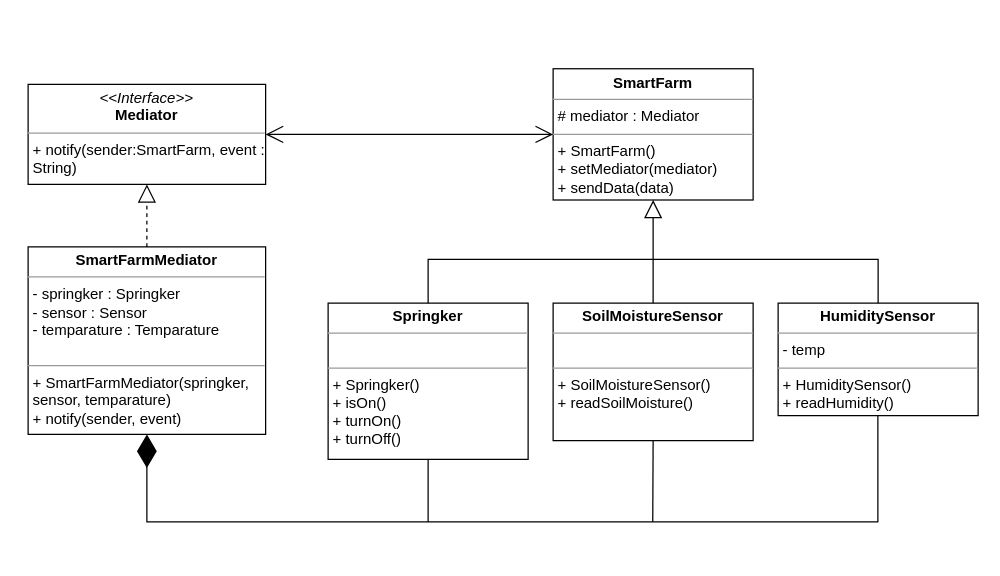
pang1217/Pattern-and-Software-Design keeps this draw.io diagram as page "หน้า-2" (2 of 3) of Project/behavioral/Mediator/Mediator.drawio. Above is the earlier version. Source tidied: cells renumbered, new cells numbered last; positions are measured from the earlier drawing's top-left corner, leaving out a move shared by most shapes. Both pictures are drawn from the tidied source at 125%, with x=0, y=0 at pixel (28, 69).
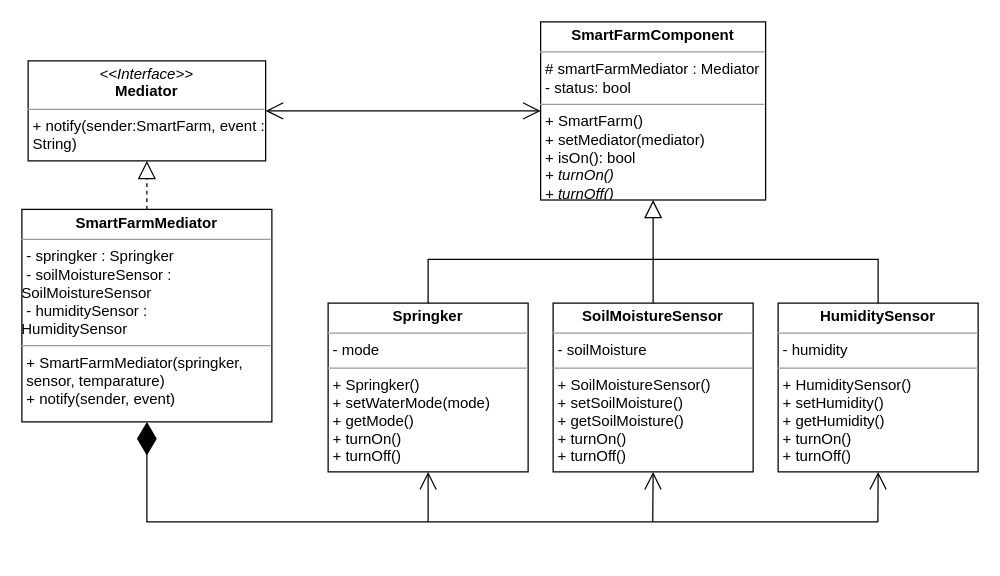
Above is the later version.

What changed in the source:
```diff
@@
     <mxCell id="2" value="&lt;p style=&quot;margin:0px;margin-top:4px;text-align:center;&quot;&gt;&lt;i&gt;&amp;lt;&amp;lt;Interface&amp;gt;&amp;gt;&lt;/i&gt;&lt;br&gt;&lt;b&gt;Mediator&lt;br&gt;&lt;/b&gt;&lt;/p&gt;&lt;hr size=&quot;1&quot;&gt;&lt;p style=&quot;margin:0px;margin-left:4px;&quot;&gt;+ notify(sender:SmartFarm, event : String)&lt;/p&gt;" style="verticalAlign=top;align=left;overflow=fill;fontSize=12;fontFamily=Helvetica;html=1;whiteSpace=wrap;" parent="1" vertex="1">
-      <mxGeometry y="12" width="190" height="80" as="geometry" />
+      <mxGeometry y="-6.8" width="190" height="80" as="geometry" />
     </mxCell>
-    <mxCell id="3" value="&lt;p style=&quot;margin:0px;margin-top:4px;text-align:center;&quot;&gt;&lt;b&gt;SmartFarm&lt;/b&gt;&lt;/p&gt;&lt;hr size=&quot;1&quot;&gt;&lt;p style=&quot;margin:0px;margin-left:4px;&quot;&gt;# mediator : Mediator&lt;/p&gt;&lt;hr size=&quot;1&quot;&gt;&lt;p style=&quot;margin:0px;margin-left:4px;&quot;&gt;+ SmartFarm()&lt;/p&gt;&lt;p style=&quot;margin:0px;margin-left:4px;&quot;&gt;+ setMediator(mediator)&lt;/p&gt;&lt;p style=&quot;margin:0px;margin-left:4px;&quot;&gt;+ sendData(data)&lt;/p&gt;" style="verticalAlign=top;align=left;overflow=fill;fontSize=12;fontFamily=Helvetica;html=1;whiteSpace=wrap;" parent="1" vertex="1">
-      <mxGeometry x="420" y="-0.5" width="160" height="105" as="geometry" />
+    <mxCell id="3" value="&lt;p style=&quot;margin:0px;margin-top:4px;text-align:center;&quot;&gt;&lt;b&gt;SmartFarmComponent&lt;/b&gt;&lt;/p&gt;&lt;hr size=&quot;1&quot;&gt;&lt;p style=&quot;margin:0px;margin-left:4px;&quot;&gt;# smartFarmMediator : Mediator&lt;/p&gt;&lt;p style=&quot;margin:0px;margin-left:4px;&quot;&gt;- status: bool&lt;br&gt;&lt;/p&gt;&lt;hr size=&quot;1&quot;&gt;&lt;p style=&quot;margin:0px;margin-left:4px;&quot;&gt;+ SmartFarm()&lt;/p&gt;&lt;p style=&quot;margin:0px;margin-left:4px;&quot;&gt;+ setMediator(mediator)&lt;/p&gt;&lt;p style=&quot;margin:0px;margin-left:4px;&quot;&gt;+ isOn(): bool&lt;br style=&quot;border-color: var(--border-color);&quot;&gt;&lt;i style=&quot;border-color: var(--border-color);&quot;&gt;+ turnOn()&lt;br style=&quot;border-color: var(--border-color);&quot;&gt;+ turnOff()&lt;/i&gt;&lt;br&gt;&lt;/p&gt;&lt;p style=&quot;margin:0px;margin-left:4px;&quot;&gt;&lt;br&gt;&lt;/p&gt;" style="verticalAlign=top;align=left;overflow=fill;fontSize=12;fontFamily=Helvetica;html=1;whiteSpace=wrap;" parent="1" vertex="1">
+      <mxGeometry x="410" y="-38" width="180" height="142.5" as="geometry" />
     </mxCell>
-    <mxCell id="4" value="&lt;p style=&quot;margin:0px;margin-top:4px;text-align:center;&quot;&gt;&lt;b&gt;SmartFarmMediator&lt;/b&gt;&lt;/p&gt;&lt;hr size=&quot;1&quot;&gt;&lt;p style=&quot;margin:0px;margin-left:4px;&quot;&gt;- springker : Springker&lt;/p&gt;&lt;p style=&quot;margin:0px;margin-left:4px;&quot;&gt;- sensor : Sensor&lt;/p&gt;&lt;p style=&quot;margin:0px;margin-left:4px;&quot;&gt;- temparature : Temparature&lt;/p&gt;&lt;p style=&quot;margin:0px;margin-left:4px;&quot;&gt;&lt;br&gt;&lt;/p&gt;&lt;hr size=&quot;1&quot;&gt;&lt;p style=&quot;margin:0px;margin-left:4px;&quot;&gt;+ SmartFarmMediator(springker, sensor, temparature)&lt;/p&gt;&lt;p style=&quot;margin:0px;margin-left:4px;&quot;&gt;+ notify(sender, event)&lt;/p&gt;" style="verticalAlign=top;align=left;overflow=fill;fontSize=12;fontFamily=Helvetica;html=1;whiteSpace=wrap;" parent="1" vertex="1">
-      <mxGeometry y="142" width="190" height="150" as="geometry" />
+    <mxCell id="4" value="&lt;p style=&quot;margin:0px;margin-top:4px;text-align:center;&quot;&gt;&lt;b&gt;SmartFarmMediator&lt;/b&gt;&lt;/p&gt;&lt;hr size=&quot;1&quot;&gt;&lt;p style=&quot;margin:0px;margin-left:4px;&quot;&gt;- springker : Springker&lt;/p&gt;&lt;p style=&quot;margin:0px;margin-left:4px;&quot;&gt;- soilMoistureSensor&amp;nbsp;:&amp;nbsp;&lt;/p&gt;SoilMoistureSensor&lt;p style=&quot;margin:0px;margin-left:4px;&quot;&gt;- humiditySensor&amp;nbsp;:&amp;nbsp;&lt;/p&gt;HumiditySensor&lt;br&gt;&lt;hr size=&quot;1&quot;&gt;&lt;p style=&quot;margin:0px;margin-left:4px;&quot;&gt;+ SmartFarmMediator(springker, sensor, temparature)&lt;/p&gt;&lt;p style=&quot;margin:0px;margin-left:4px;&quot;&gt;+ notify(sender, event)&lt;/p&gt;" style="verticalAlign=top;align=left;overflow=fill;fontSize=12;fontFamily=Helvetica;html=1;whiteSpace=wrap;" parent="1" vertex="1">
+      <mxGeometry x="-5" y="112" width="200" height="170" as="geometry" />
     </mxCell>
-    <mxCell id="5" value="&lt;p style=&quot;margin:0px;margin-top:4px;text-align:center;&quot;&gt;&lt;b&gt;Springker&lt;/b&gt;&lt;/p&gt;&lt;hr size=&quot;1&quot;&gt;&lt;p style=&quot;margin:0px;margin-left:4px;&quot;&gt;&lt;br&gt;&lt;/p&gt;&lt;hr size=&quot;1&quot;&gt;&lt;p style=&quot;margin:0px;margin-left:4px;&quot;&gt;+ Springker()&lt;/p&gt;&lt;p style=&quot;margin:0px;margin-left:4px;&quot;&gt;+ isOn()&lt;/p&gt;&lt;p style=&quot;margin:0px;margin-left:4px;&quot;&gt;+ turnOn()&lt;/p&gt;&lt;p style=&quot;margin:0px;margin-left:4px;&quot;&gt;+ turnOff()&lt;/p&gt;&lt;p style=&quot;margin:0px;margin-left:4px;&quot;&gt;&lt;br&gt;&lt;/p&gt;" style="verticalAlign=top;align=left;overflow=fill;fontSize=12;fontFamily=Helvetica;html=1;whiteSpace=wrap;" parent="1" vertex="1">
-      <mxGeometry x="240" y="187" width="160" height="125" as="geometry" />
+    <mxCell id="5" value="&lt;p style=&quot;margin:0px;margin-top:4px;text-align:center;&quot;&gt;&lt;b&gt;Springker&lt;/b&gt;&lt;/p&gt;&lt;hr size=&quot;1&quot;&gt;&lt;p style=&quot;margin:0px;margin-left:4px;&quot;&gt;- mode&lt;/p&gt;&lt;hr size=&quot;1&quot;&gt;&lt;p style=&quot;margin:0px;margin-left:4px;&quot;&gt;+ Springker()&lt;/p&gt;&lt;p style=&quot;margin:0px;margin-left:4px;&quot;&gt;+ setWaterMode(mode)&lt;br style=&quot;border-color: var(--border-color);&quot;&gt;+ getMode()&lt;br style=&quot;border-color: var(--border-color);&quot;&gt;+ turnOn()&lt;br style=&quot;border-color: var(--border-color);&quot;&gt;+ turnOff()&lt;br&gt;&lt;/p&gt;&lt;p style=&quot;margin:0px;margin-left:4px;&quot;&gt;&lt;br&gt;&lt;/p&gt;&lt;p style=&quot;margin:0px;margin-left:4px;&quot;&gt;&lt;br&gt;&lt;/p&gt;" style="verticalAlign=top;align=left;overflow=fill;fontSize=12;fontFamily=Helvetica;html=1;whiteSpace=wrap;" parent="1" vertex="1">
+      <mxGeometry x="240" y="187" width="160" height="135" as="geometry" />
     </mxCell>
-    <mxCell id="6" value="&lt;p style=&quot;margin:0px;margin-top:4px;text-align:center;&quot;&gt;&lt;b&gt;SoilMoistureSensor&lt;/b&gt;&lt;br&gt;&lt;/p&gt;&lt;hr size=&quot;1&quot;&gt;&lt;p style=&quot;margin:0px;margin-left:4px;&quot;&gt;&lt;br&gt;&lt;/p&gt;&lt;hr size=&quot;1&quot;&gt;&lt;p style=&quot;margin:0px;margin-left:4px;&quot;&gt;+&amp;nbsp;&lt;span style=&quot;border-color: var(--border-color); text-align: center;&quot;&gt;SoilMoistureSensor&lt;/span&gt;()&lt;/p&gt;&lt;p style=&quot;margin:0px;margin-left:4px;&quot;&gt;+ readSoilMoisture()&lt;/p&gt;" style="verticalAlign=top;align=left;overflow=fill;fontSize=12;fontFamily=Helvetica;html=1;whiteSpace=wrap;" parent="1" vertex="1">
-      <mxGeometry x="420" y="187" width="160" height="110" as="geometry" />
+    <mxCell id="6" value="&lt;p style=&quot;margin:0px;margin-top:4px;text-align:center;&quot;&gt;&lt;b&gt;SoilMoistureSensor&lt;/b&gt;&lt;br&gt;&lt;/p&gt;&lt;hr size=&quot;1&quot;&gt;&lt;p style=&quot;margin:0px;margin-left:4px;&quot;&gt;- soilMoisture&lt;/p&gt;&lt;hr size=&quot;1&quot;&gt;&lt;p style=&quot;margin:0px;margin-left:4px;&quot;&gt;+&amp;nbsp;&lt;span style=&quot;border-color: var(--border-color); text-align: center;&quot;&gt;SoilMoistureSensor&lt;/span&gt;()&lt;/p&gt;&lt;p style=&quot;border-color: var(--border-color); margin: 0px 0px 0px 4px;&quot;&gt;+ setSoilMoisture()&lt;/p&gt;&lt;p style=&quot;border-color: var(--border-color); margin: 0px 0px 0px 4px;&quot;&gt;+ getSoilMoisture()&lt;/p&gt;&lt;p style=&quot;border-color: var(--border-color); margin: 0px 0px 0px 4px;&quot;&gt;+ turnOn()&lt;/p&gt;&lt;p style=&quot;border-color: var(--border-color); margin: 0px 0px 0px 4px;&quot;&gt;+ turnOff()&lt;/p&gt;" style="verticalAlign=top;align=left;overflow=fill;fontSize=12;fontFamily=Helvetica;html=1;whiteSpace=wrap;" parent="1" vertex="1">
+      <mxGeometry x="420" y="187" width="160" height="135" as="geometry" />
     </mxCell>
-    <mxCell id="7" value="&lt;p style=&quot;margin:0px;margin-top:4px;text-align:center;&quot;&gt;&lt;b&gt;HumiditySensor&lt;/b&gt;&lt;br&gt;&lt;/p&gt;&lt;hr size=&quot;1&quot;&gt;&lt;p style=&quot;margin:0px;margin-left:4px;&quot;&gt;- temp&lt;/p&gt;&lt;hr size=&quot;1&quot;&gt;&lt;p style=&quot;margin:0px;margin-left:4px;&quot;&gt;+&amp;nbsp;&lt;span style=&quot;border-color: var(--border-color); text-align: center;&quot;&gt;HumiditySensor&lt;/span&gt;()&lt;/p&gt;&lt;p style=&quot;margin:0px;margin-left:4px;&quot;&gt;+ readHumidity()&lt;/p&gt;&lt;p style=&quot;margin:0px;margin-left:4px;&quot;&gt;&lt;br&gt;&lt;/p&gt;" style="verticalAlign=top;align=left;overflow=fill;fontSize=12;fontFamily=Helvetica;html=1;whiteSpace=wrap;" parent="1" vertex="1">
-      <mxGeometry x="600" y="187" width="160" height="90" as="geometry" />
+    <mxCell id="7" value="&lt;p style=&quot;margin:0px;margin-top:4px;text-align:center;&quot;&gt;&lt;b&gt;HumiditySensor&lt;/b&gt;&lt;br&gt;&lt;/p&gt;&lt;hr size=&quot;1&quot;&gt;&lt;p style=&quot;margin:0px;margin-left:4px;&quot;&gt;- humidity&lt;/p&gt;&lt;hr size=&quot;1&quot;&gt;&lt;p style=&quot;margin:0px;margin-left:4px;&quot;&gt;+&amp;nbsp;&lt;span style=&quot;border-color: var(--border-color); text-align: center;&quot;&gt;HumiditySensor&lt;/span&gt;()&lt;/p&gt;&lt;p style=&quot;margin:0px;margin-left:4px;&quot;&gt;+ setHumidity()&lt;/p&gt;&lt;p style=&quot;margin:0px;margin-left:4px;&quot;&gt;+ getHumidity()&lt;/p&gt;&lt;p style=&quot;margin:0px;margin-left:4px;&quot;&gt;+ turnOn()&lt;/p&gt;&lt;p style=&quot;margin:0px;margin-left:4px;&quot;&gt;+ turnOff()&lt;/p&gt;&lt;p style=&quot;margin:0px;margin-left:4px;&quot;&gt;&lt;br&gt;&lt;/p&gt;" style="verticalAlign=top;align=left;overflow=fill;fontSize=12;fontFamily=Helvetica;html=1;whiteSpace=wrap;" parent="1" vertex="1">
+      <mxGeometry x="600" y="187" width="160" height="135" as="geometry" />
     </mxCell>
@@
-    <mxCell id="13" style="endArrow=none;html=1;rounded=0;entryX=0.5;entryY=1;entryDx=0;entryDy=0;" parent="1" edge="1" target="5">
+    <mxCell id="13" style="endArrow=open;html=1;rounded=0;entryX=0.5;entryY=1;entryDx=0;entryDy=0;startArrow=none;startFill=0;endFill=0;strokeWidth=1;endSize=12;" parent="1" edge="1" target="5">
       <mxGeometry relative="1" as="geometry">
         <mxPoint x="320" y="362" as="sourcePoint" />
       </mxGeometry>
     </mxCell>
-    <mxCell id="14" style="endArrow=none;html=1;rounded=0;entryX=0.5;entryY=1;entryDx=0;entryDy=0;" parent="1" edge="1" target="6">
+    <mxCell id="14" style="endArrow=open;html=1;rounded=0;entryX=0.5;entryY=1;entryDx=0;entryDy=0;endFill=0;strokeWidth=1;endSize=12;" parent="1" edge="1" target="6">
       <mxGeometry relative="1" as="geometry">
         <mxPoint x="499.7" y="362" as="sourcePoint" />
       </mxGeometry>
     </mxCell>
-    <mxCell id="15" style="endArrow=none;html=1;rounded=0;entryX=0.5;entryY=1;entryDx=0;entryDy=0;" parent="1" edge="1">
+    <mxCell id="15" style="endArrow=open;html=1;rounded=0;endFill=0;strokeWidth=1;endSize=12;" parent="1" edge="1">
       <mxGeometry relative="1" as="geometry">
         <mxPoint x="679.8" y="362" as="sourcePoint" />
-        <mxPoint x="679.8" y="277" as="targetPoint" />
+        <mxPoint x="680" y="322" as="targetPoint" />
       </mxGeometry>
     </mxCell>
```
